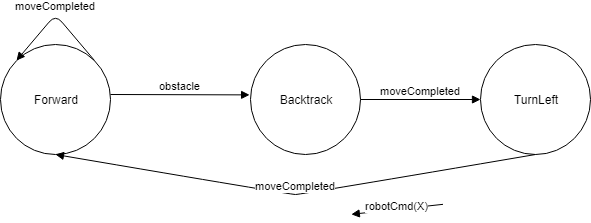
Earlier version of the draw.io export Docs/CalibrationBehaviour.png (xAlessandroC/iss2019TemaFinale). Source tidied: cells renumbered, new cells last; positions are measured from the earlier drawing's top-left corner, leaving out a move shared by most shapes. Its diagram source:
```xml
<mxGraphModel>
  <root>
    <mxCell id="0" />
    <mxCell id="1" parent="0" />
    <mxCell id="2" value="robotCmd(X)" style="html=1;verticalAlign=bottom;endArrow=block;entryX=0.017;entryY=0.561;entryDx=0;entryDy=0;entryPerimeter=0;exitX=1.025;exitY=0.544;exitDx=0;exitDy=0;exitPerimeter=0;" parent="1" edge="1">
      <mxGeometry x="0.02" y="5" relative="1" as="geometry">
        <mxPoint x="442.5" y="189.8" as="sourcePoint" />
        <mxPoint x="350.8" y="199.8" as="targetPoint" />
      </mxGeometry>
    </mxCell>
    <mxCell id="3" value="Forward" style="ellipse;whiteSpace=wrap;html=1;" parent="1" vertex="1">
      <mxGeometry y="30" width="110" height="110" as="geometry" />
    </mxCell>
    <mxCell id="4" value="Backtrack" style="ellipse;whiteSpace=wrap;html=1;" parent="1" vertex="1">
      <mxGeometry x="250" y="30" width="110" height="110" as="geometry" />
    </mxCell>
    <mxCell id="5" value="TurnLeft" style="ellipse;whiteSpace=wrap;html=1;" parent="1" vertex="1">
      <mxGeometry x="480" y="30" width="110" height="110" as="geometry" />
    </mxCell>
    <mxCell id="6" value="obstacle" style="html=1;verticalAlign=bottom;endArrow=block;entryX=-0.008;entryY=0.458;entryDx=0;entryDy=0;entryPerimeter=0;" parent="1" edge="1" target="4">
      <mxGeometry relative="1" as="geometry">
        <mxPoint x="110" y="80" as="sourcePoint" />
      </mxGeometry>
    </mxCell>
    <mxCell id="7" value="moveCompleted" style="html=1;verticalAlign=bottom;endArrow=block;entryX=0;entryY=0.5;entryDx=0;entryDy=0;exitX=1;exitY=0.5;exitDx=0;exitDy=0;" parent="1" edge="1" source="4" target="5">
      <mxGeometry relative="1" as="geometry" />
    </mxCell>
    <mxCell id="8" value="moveCompleted" style="html=1;verticalAlign=bottom;endArrow=block;entryX=0.5;entryY=1;entryDx=0;entryDy=0;exitX=0.5;exitY=1;exitDx=0;exitDy=0;curved=1;" parent="1" edge="1" source="5" target="3">
      <mxGeometry relative="1" as="geometry">
        <Array as="points">
          <mxPoint x="300" y="180" />
          <mxPoint x="290" y="180" />
        </Array>
      </mxGeometry>
    </mxCell>
    <mxCell id="9" value="moveCompleted" style="html=1;verticalAlign=bottom;endArrow=block;exitX=1;exitY=0;exitDx=0;exitDy=0;entryX=0;entryY=0;entryDx=0;entryDy=0;edgeStyle=orthogonalEdgeStyle;" parent="1" edge="1" source="3" target="3">
      <mxGeometry relative="1" as="geometry">
        <Array as="points">
          <mxPoint x="55" />
        </Array>
      </mxGeometry>
    </mxCell>
  </root>
</mxGraphModel>
```
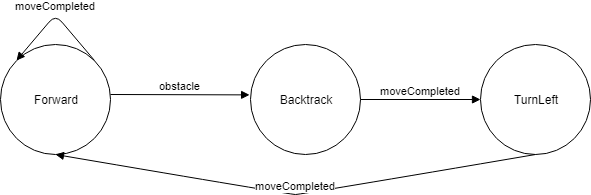
Later version of the same file.

Change to the diagram source:
```diff
@@ -2,12 +2,6 @@
   <root>
     <mxCell id="0" />
     <mxCell id="1" parent="0" />
-    <mxCell id="2" value="robotCmd(X)" style="html=1;verticalAlign=bottom;endArrow=block;entryX=0.017;entryY=0.561;entryDx=0;entryDy=0;entryPerimeter=0;exitX=1.025;exitY=0.544;exitDx=0;exitDy=0;exitPerimeter=0;" parent="1" edge="1">
-      <mxGeometry x="0.02" y="5" relative="1" as="geometry">
-        <mxPoint x="442.5" y="189.8" as="sourcePoint" />
-        <mxPoint x="350.8" y="199.8" as="targetPoint" />
-      </mxGeometry>
-    </mxCell>
     <mxCell id="3" value="Forward" style="ellipse;whiteSpace=wrap;html=1;" parent="1" vertex="1">
       <mxGeometry y="30" width="110" height="110" as="geometry" />
     </mxCell>
```
